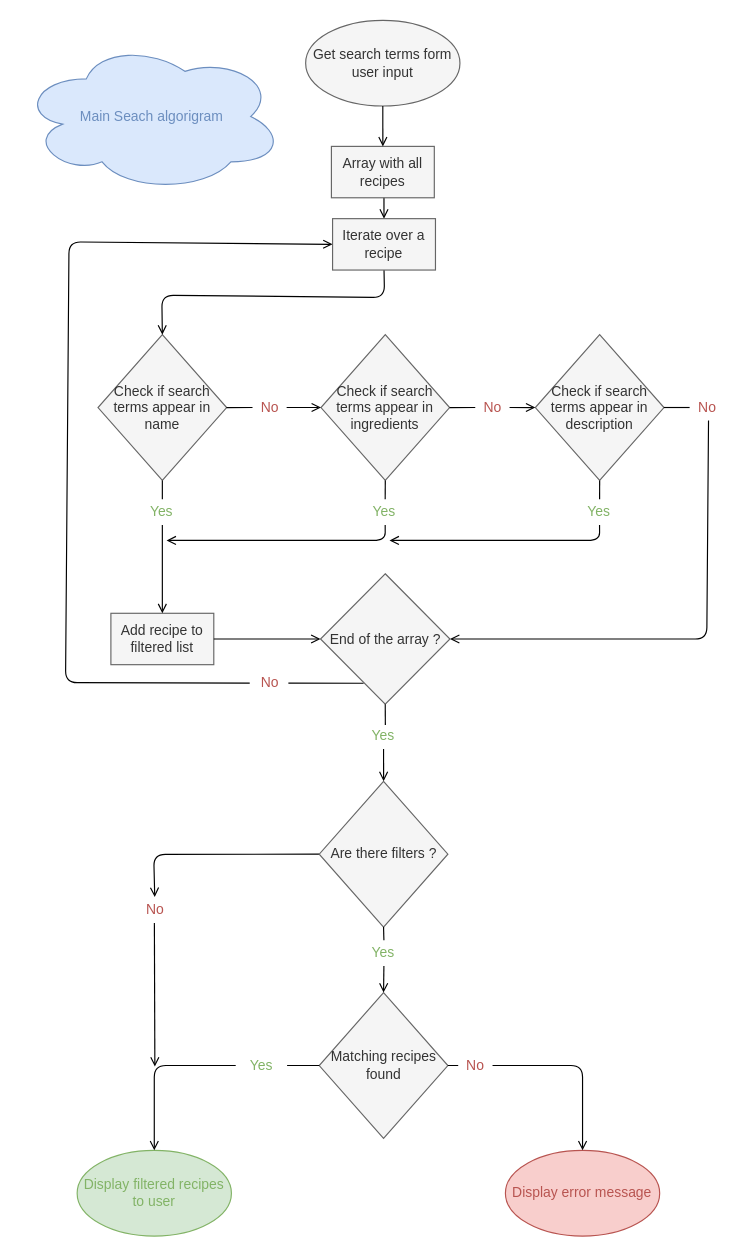
belaidSolene/les-petits-plats keeps this draw.io diagram as page "main-search" (1 of 2) of algorigrams.drawio. Above is the earlier version. Source tidied: cells renumbered, new cells numbered last; positions are measured from the earlier drawing's top-left corner, leaving out a move shared by most shapes. Both pictures are drawn from the tidied source at 116%, with x=0, y=0 at pixel (20, 20).
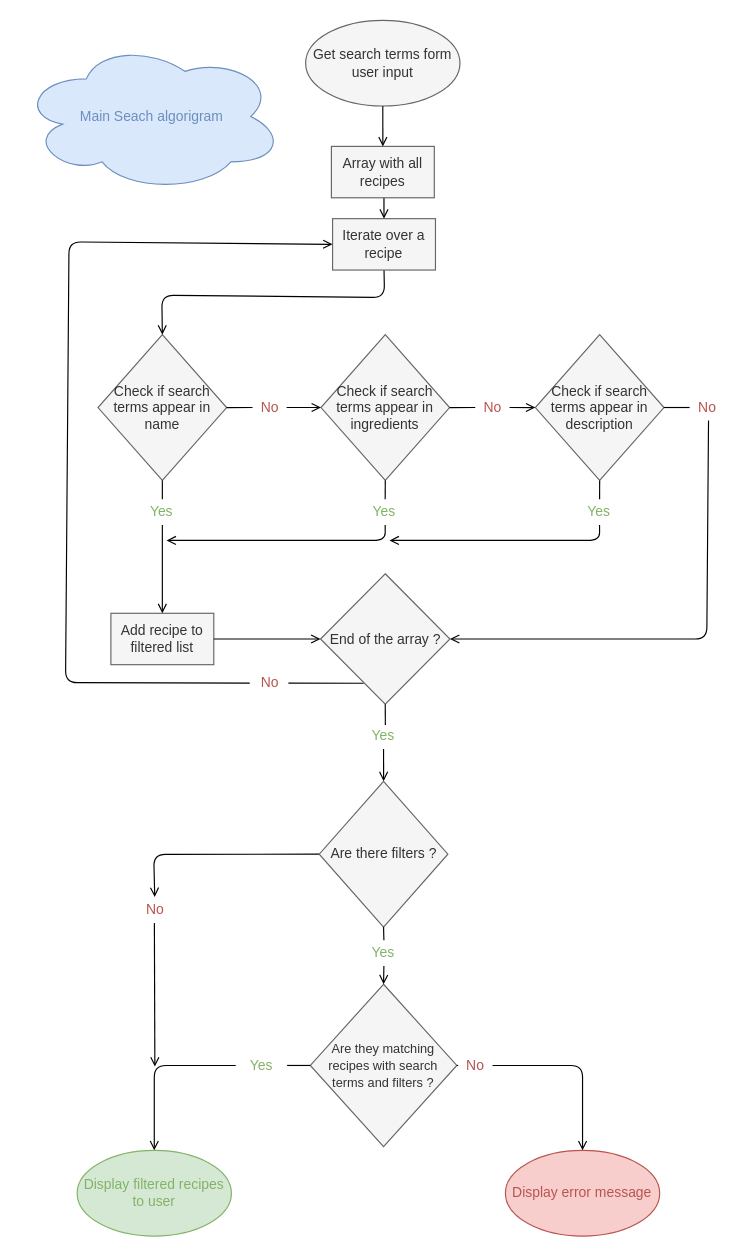
After the change.

What changed in the source:
```diff
@@
-    <mxCell id="39" value="Matching recipes found" style="rhombus;whiteSpace=wrap;html=1;fillColor=#f5f5f5;fontColor=#333333;strokeColor=#666666;" parent="1" vertex="1">
-      <mxGeometry x="257.7" y="838.2" width="110.9" height="125.7" as="geometry" />
+    <mxCell id="39" value="&lt;font style=&quot;font-size: 11px;&quot;&gt;Are they matching recipes with search terms and filters ?&lt;/font&gt;" style="rhombus;whiteSpace=wrap;html=1;fillColor=#f5f5f5;fontColor=#333333;strokeColor=#666666;" parent="1" vertex="1">
+      <mxGeometry x="250" y="831" width="126.3" height="140" as="geometry" />
     </mxCell>
```
